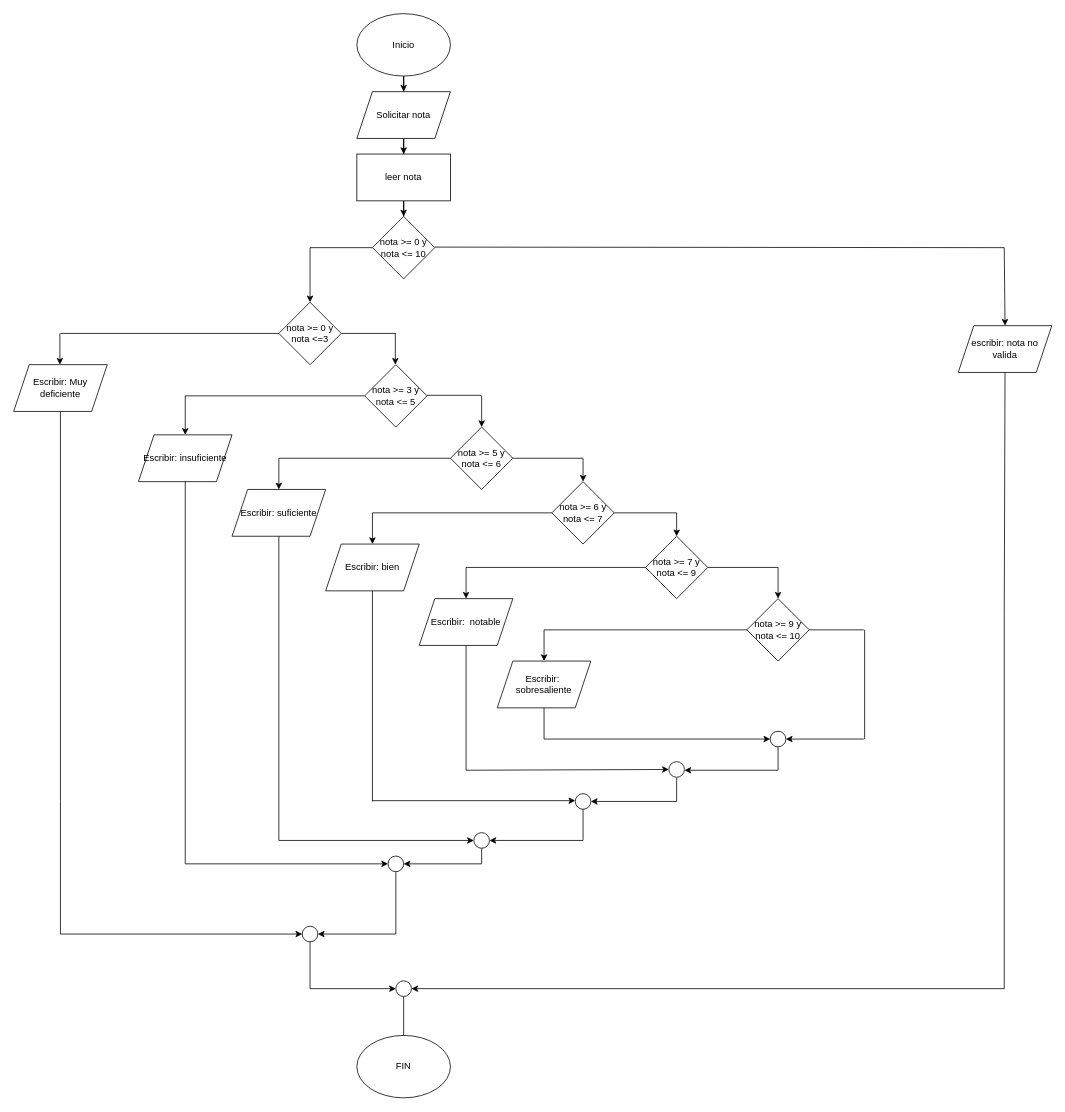
Before: nota.drawio in ELk3NN3DY/curso-git, a draw.io diagram. Source tidied: cells renumbered, new cells numbered last; positions are measured from the earlier drawing's top-left corner, leaving out a move shared by most shapes. Both pictures are drawn from the tidied source at 78%, with x=0, y=0 at pixel (13, 13).
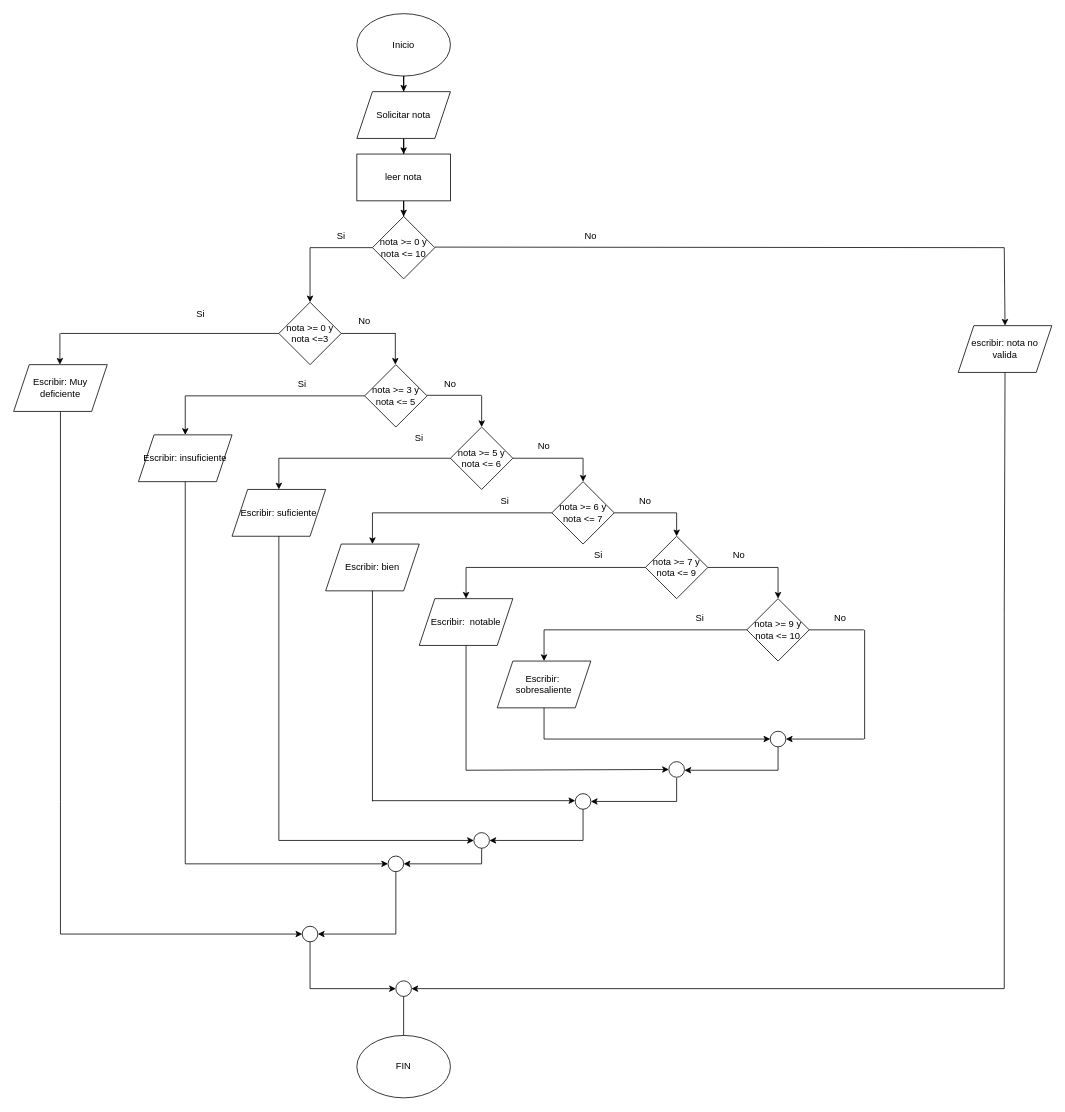
The same diagram, later.

Diff of the diagram source:
```diff
@@
+    <mxCell id="87" value="Si" style="text;strokeColor=none;align=center;fillColor=none;html=1;verticalAlign=middle;whiteSpace=wrap;rounded=0;" parent="1" vertex="1">
+      <mxGeometry x="490" y="530" width="60" height="30" as="geometry" />
+    </mxCell>
+    <mxCell id="88" value="Si" style="text;strokeColor=none;align=center;fillColor=none;html=1;verticalAlign=middle;whiteSpace=wrap;rounded=0;" parent="1" vertex="1">
+      <mxGeometry x="210" y="370" width="60" height="30" as="geometry" />
+    </mxCell>
+    <mxCell id="89" value="Si" style="text;strokeColor=none;align=center;fillColor=none;html=1;verticalAlign=middle;whiteSpace=wrap;rounded=0;" parent="1" vertex="1">
+      <mxGeometry x="340" y="460" width="60" height="30" as="geometry" />
+    </mxCell>
+    <mxCell id="90" value="Si" style="text;strokeColor=none;align=center;fillColor=none;html=1;verticalAlign=middle;whiteSpace=wrap;rounded=0;" parent="1" vertex="1">
+      <mxGeometry x="600" y="610" width="60" height="30" as="geometry" />
+    </mxCell>
+    <mxCell id="91" value="Si" style="text;strokeColor=none;align=center;fillColor=none;html=1;verticalAlign=middle;whiteSpace=wrap;rounded=0;" parent="1" vertex="1">
+      <mxGeometry x="720" y="680" width="60" height="30" as="geometry" />
+    </mxCell>
+    <mxCell id="92" value="Si" style="text;strokeColor=none;align=center;fillColor=none;html=1;verticalAlign=middle;whiteSpace=wrap;rounded=0;" parent="1" vertex="1">
+      <mxGeometry x="850" y="760" width="60" height="30" as="geometry" />
+    </mxCell>
+    <mxCell id="93" value="Si" style="text;strokeColor=none;align=center;fillColor=none;html=1;verticalAlign=middle;whiteSpace=wrap;rounded=0;" parent="1" vertex="1">
+      <mxGeometry x="390" y="270" width="60" height="30" as="geometry" />
+    </mxCell>
+    <mxCell id="94" value="No" style="text;strokeColor=none;align=center;fillColor=none;html=1;verticalAlign=middle;whiteSpace=wrap;rounded=0;" parent="1" vertex="1">
+      <mxGeometry x="420" y="380" width="60" height="30" as="geometry" />
+    </mxCell>
+    <mxCell id="95" value="No" style="text;strokeColor=none;align=center;fillColor=none;html=1;verticalAlign=middle;whiteSpace=wrap;rounded=0;" parent="1" vertex="1">
+      <mxGeometry x="530" y="460" width="60" height="30" as="geometry" />
+    </mxCell>
+    <mxCell id="96" value="No" style="text;strokeColor=none;align=center;fillColor=none;html=1;verticalAlign=middle;whiteSpace=wrap;rounded=0;" parent="1" vertex="1">
+      <mxGeometry x="650" y="540" width="60" height="30" as="geometry" />
+    </mxCell>
+    <mxCell id="97" value="No" style="text;strokeColor=none;align=center;fillColor=none;html=1;verticalAlign=middle;whiteSpace=wrap;rounded=0;" parent="1" vertex="1">
+      <mxGeometry x="780" y="610" width="60" height="30" as="geometry" />
+    </mxCell>
+    <mxCell id="98" value="No" style="text;strokeColor=none;align=center;fillColor=none;html=1;verticalAlign=middle;whiteSpace=wrap;rounded=0;" parent="1" vertex="1">
+      <mxGeometry x="900" y="680" width="60" height="30" as="geometry" />
+    </mxCell>
+    <mxCell id="99" value="No" style="text;strokeColor=none;align=center;fillColor=none;html=1;verticalAlign=middle;whiteSpace=wrap;rounded=0;" parent="1" vertex="1">
+      <mxGeometry x="1030" y="760" width="60" height="30" as="geometry" />
+    </mxCell>
+    <mxCell id="100" value="No" style="text;strokeColor=none;align=center;fillColor=none;html=1;verticalAlign=middle;whiteSpace=wrap;rounded=0;" parent="1" vertex="1">
+      <mxGeometry x="710" y="270" width="60" height="30" as="geometry" />
+    </mxCell>
```
